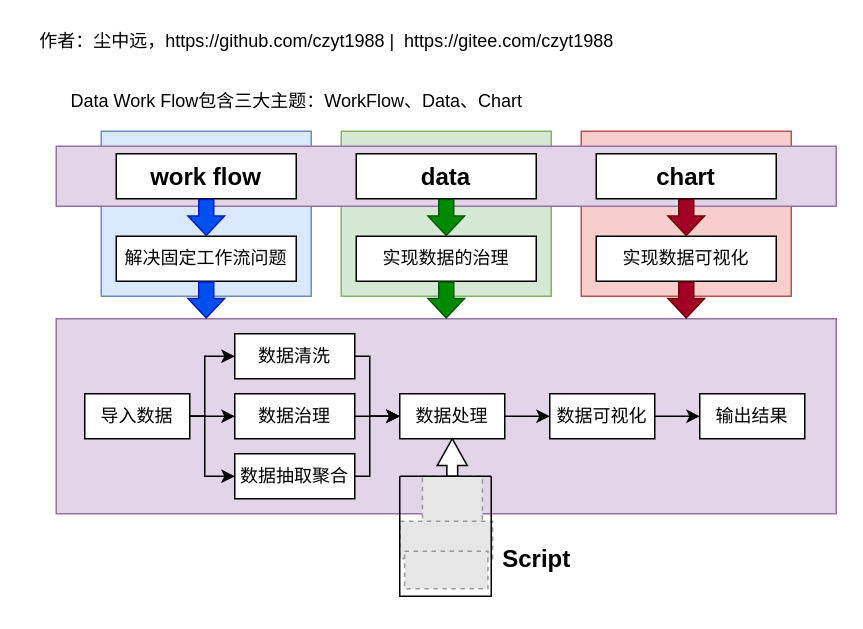
czyt1988/data-workbench keeps this draw.io diagram as doc/about-data-work-flow.drawio. Above is the earlier version. Source tidied: cells renumbered, new cells numbered last; positions are measured from the earlier drawing's top-left corner, leaving out a move shared by most shapes. Both pictures are drawn from the tidied source at 150%, with x=0, y=0 at pixel (26, 26). Pictures stored in the file or linked from it are replaced by grey dashed boxes.
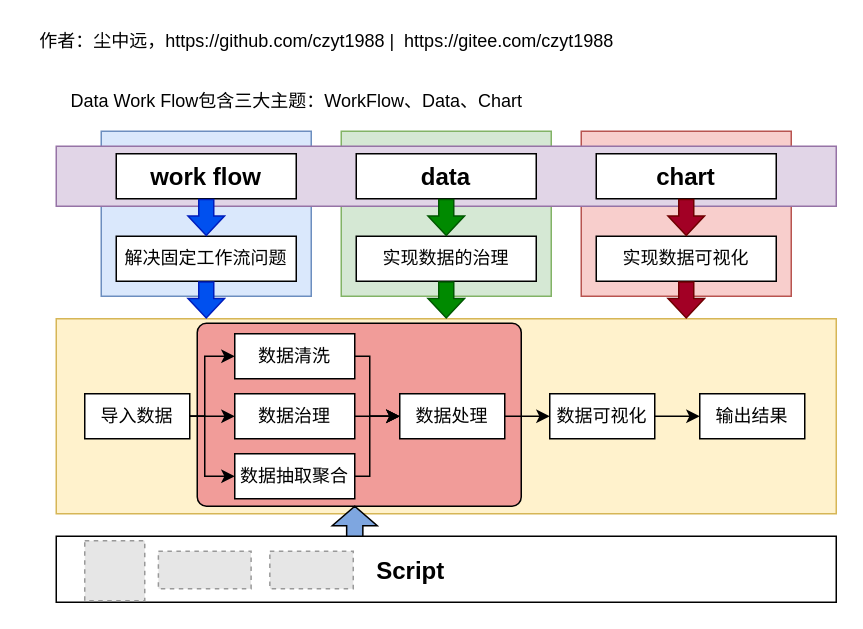
After the change.

The edit, as a diff of the source:
```diff
@@
-    <mxCell id="2" style="rounded=0;whiteSpace=wrap;html=1;fillColor=#e1d5e7;strokeColor=#9673a6;" parent="1" vertex="1">
+    <mxCell id="2" style="rounded=0;whiteSpace=wrap;html=1;fillColor=#fff2cc;strokeColor=#d6b656;" parent="1" vertex="1">
       <mxGeometry x="20" y="195" width="520" height="130" as="geometry" />
     </mxCell>
+    <mxCell id="43" style="rounded=1;whiteSpace=wrap;html=1;fillColor=#F19C99;arcSize=5;fillStyle=solid;" parent="1" vertex="1">
+      <mxGeometry x="114" y="198" width="216" height="122" as="geometry" />
+    </mxCell>
+    <mxCell id="44" style="rounded=1;whiteSpace=wrap;html=1;arcSize=0;" parent="1" vertex="1">
+      <mxGeometry x="20" y="340" width="520" height="44" as="geometry" />
+    </mxCell>
@@
     <mxCell id="37" style="fillColor=#E6E6E6;strokeColor=#999999;dashed=1;" parent="1" vertex="1">
-      <mxGeometry x="264.1" y="300" width="40" height="40" as="geometry" />
+      <mxGeometry x="39" y="343" width="40" height="40" as="geometry" />
     </mxCell>
     <mxCell id="38" style="fillColor=#E6E6E6;strokeColor=#999999;dashed=1;" parent="1" vertex="1">
-      <mxGeometry x="249.1" y="330" width="61.8" height="25" as="geometry" />
+      <mxGeometry x="88.1" y="350" width="61.8" height="25" as="geometry" />
     </mxCell>
     <mxCell id="39" style="fillColor=#E6E6E6;strokeColor=#999999;dashed=1;" parent="1" vertex="1">
-      <mxGeometry x="252.2" y="350" width="55.6" height="25" as="geometry" />
+      <mxGeometry x="162.4" y="350" width="55.6" height="25" as="geometry" />
     </mxCell>
-    <mxCell id="40" style="html=1;shadow=0;dashed=0;align=center;verticalAlign=middle;shape=mxgraph.arrows2.arrow;dy=0.64;dx=17.86;direction=north;notch=0;" parent="1" vertex="1">
-      <mxGeometry x="274" y="275" width="20" height="25" as="geometry" />
-    </mxCell>
-    <mxCell id="41" style="swimlane;startSize=0;" parent="1" vertex="1">
-      <mxGeometry x="249" y="300" width="61" height="80" as="geometry" />
-    </mxCell>
     <mxCell id="42" value="Script" style="text;html=1;align=center;verticalAlign=middle;strokeColor=none;fillColor=none;fontStyle=1;fontFamily=Helvetica;fontSize=16;fontColor=default;" parent="1" vertex="1">
-      <mxGeometry x="310" y="340" width="60" height="30" as="geometry" />
+      <mxGeometry x="226" y="348" width="60" height="30" as="geometry" />
     </mxCell>
+    <mxCell id="45" style="html=1;shadow=0;dashed=0;align=center;verticalAlign=middle;shape=mxgraph.arrows2.arrow;dy=0.64;dx=13;direction=north;notch=0;fillColor=#7EA6E0;strokeColor=default;" parent="1" vertex="1">
+      <mxGeometry x="204" y="320" width="30" height="20" as="geometry" />
+    </mxCell>
```
